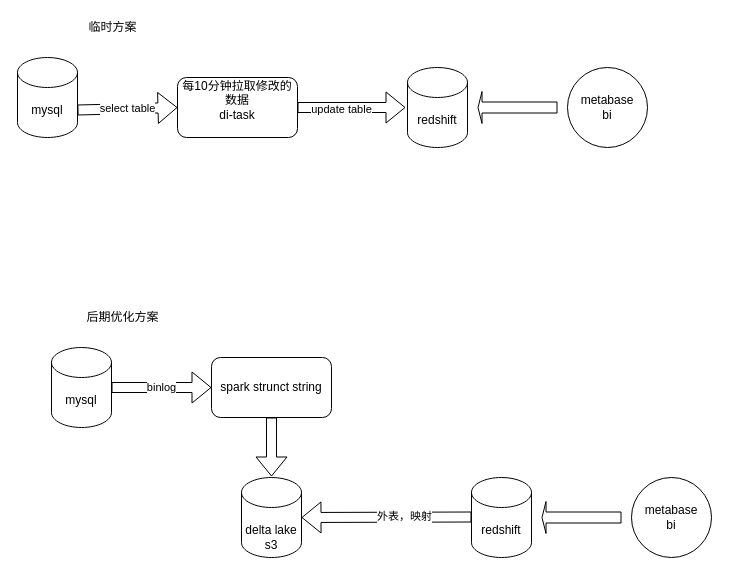
The draw.io diagram dir1/Untitled Diagram.drawio in liangrui1988/diagrams, before the edit. Source tidied: cells renumbered, new cells numbered last; positions are measured from the earlier drawing's top-left corner, leaving out a move shared by most shapes. Both pictures are drawn from the tidied source at 100%, with x=0, y=0 at pixel (17, 17).
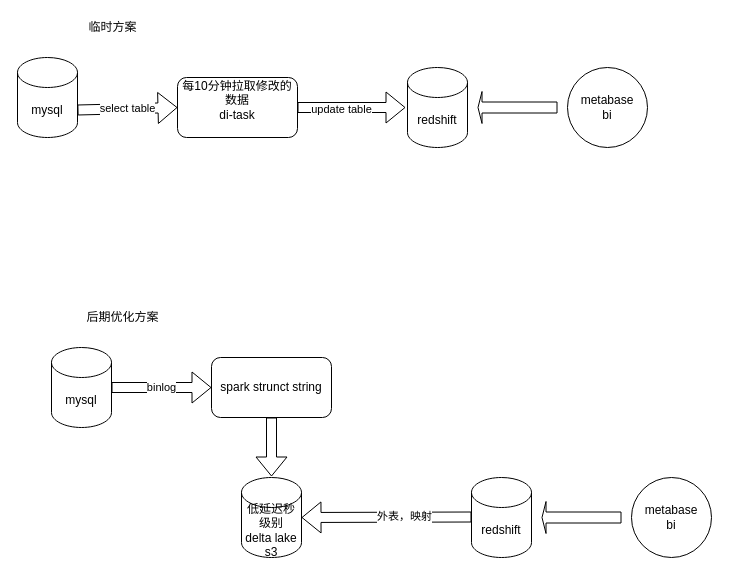
After the change.

The edit, as a diff of the source:
```diff
@@
-    <mxCell id="4" value="&lt;br&gt;delta lake&lt;br&gt;s3" style="shape=cylinder3;whiteSpace=wrap;html=1;boundedLbl=1;backgroundOutline=1;size=15;" parent="1" vertex="1">
+    <mxCell id="4" value="低延迟秒级别&lt;br&gt;delta lake&lt;br&gt;s3" style="shape=cylinder3;whiteSpace=wrap;html=1;boundedLbl=1;backgroundOutline=1;size=15;" parent="1" vertex="1">
       <mxGeometry x="224" y="460" width="60" height="80" as="geometry" />
     </mxCell>
```
